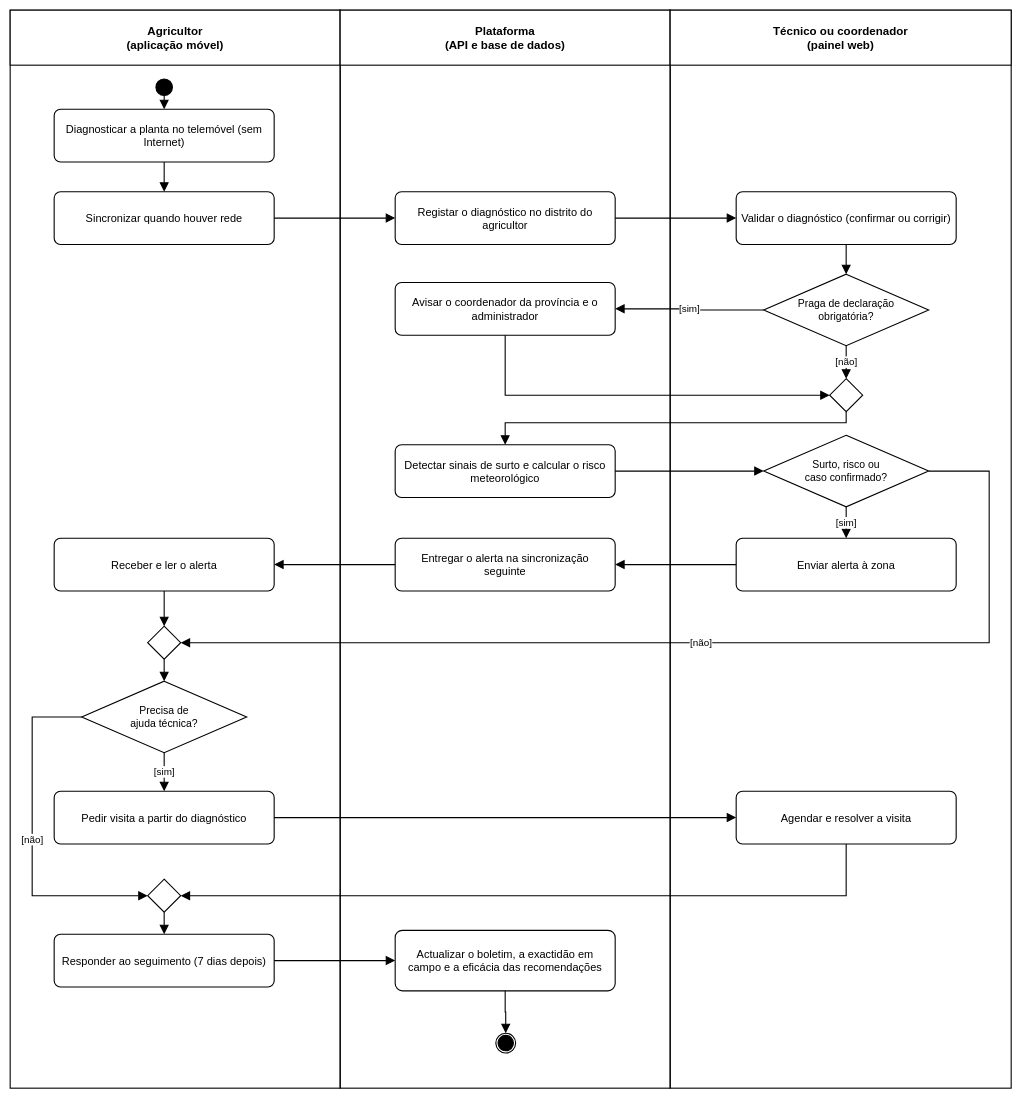
Before: docs/entrega_tese/diagramas_v2/D6_actividades_vigilancia.drawio in Yanick23/plataforma-fitossanitaria, a draw.io diagram. Source tidied: cells renumbered, new cells numbered last; positions are measured from the earlier drawing's top-left corner, leaving out a move shared by most shapes. Both pictures are drawn from the tidied source at 55%, with x=0, y=0 at pixel (10, 10).
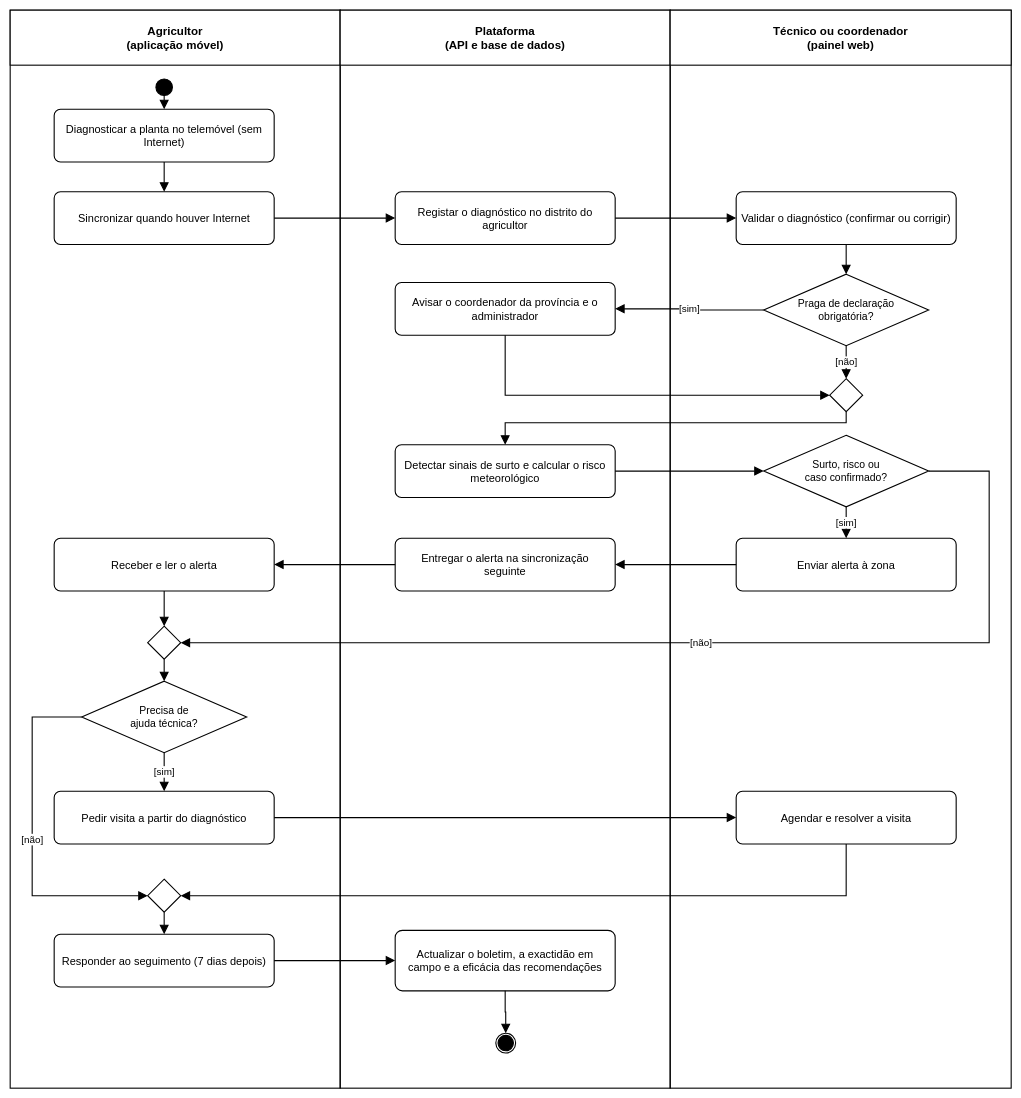
The same diagram, later.

The edit, as a diff of the source:
```diff
@@
-    <mxCell id="10" value="Sincronizar quando houver rede" style="rounded=1;arcSize=12;whiteSpace=wrap;html=1;fontFamily=Helvetica;fontColor=#000000;strokeColor=#000000;strokeWidth=2;fillColor=#FFFFFF;fontSize=20;align=center;verticalAlign=middle;spacing=10;fontStyle=0;" parent="1" vertex="1">
+    <mxCell id="10" value="Sincronizar quando houver Internet" style="rounded=1;arcSize=12;whiteSpace=wrap;html=1;fontFamily=Helvetica;fontColor=#000000;strokeColor=#000000;strokeWidth=2;fillColor=#FFFFFF;fontSize=20;align=center;verticalAlign=middle;spacing=10;fontStyle=0;" parent="1" vertex="1">
       <mxGeometry x="80" y="330" width="400" height="96" as="geometry" />
     </mxCell>
```
